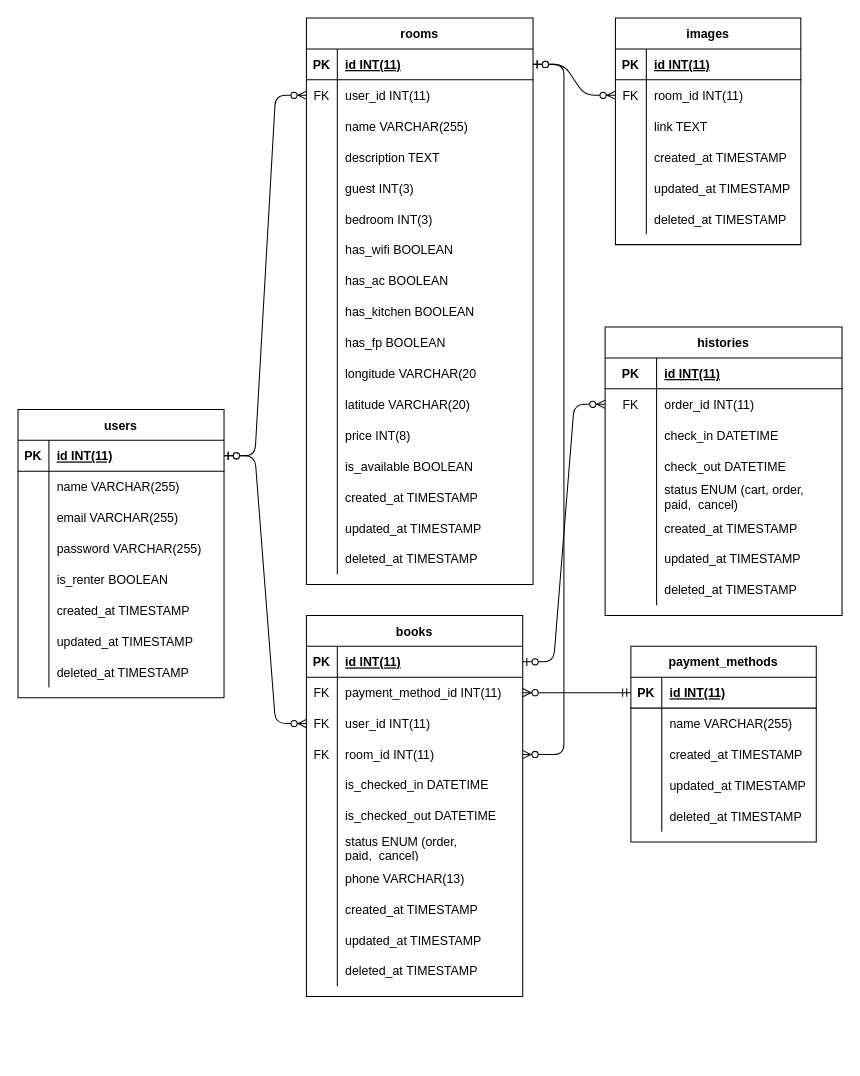
airbnb-group-2/BE keeps this draw.io diagram as ERD/erd.drawio. Above is the earlier version. Source tidied: cells renumbered, new cells numbered last; positions are measured from the earlier drawing's top-left corner, leaving out a move shared by most shapes. Both pictures are drawn from the tidied source at 103%, with x=0, y=0 at pixel (18, 18).
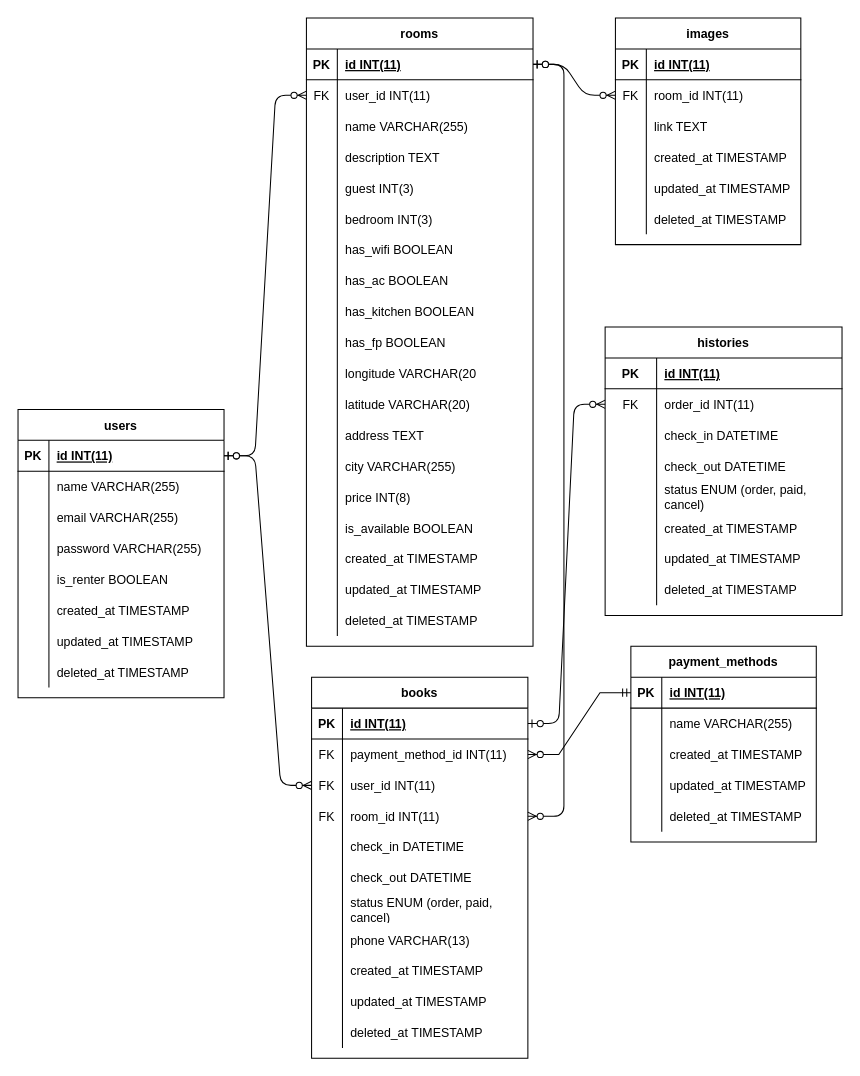
The same diagram, later.

Unchanged cells that the change refers to:
```xml
<mxCell id="108" style="shape=tableRow;horizontal=0;startSize=0;swimlaneHead=0;swimlaneBody=0;fillColor=none;top=0;left=0;right=0;bottom=0;" parent="95" vertex="1">
  <mxGeometry y="150" width="230" height="30" as="geometry" />
</mxCell>
<mxCell id="134" style="shape=tableRow;horizontal=0;startSize=0;swimlaneHead=0;swimlaneBody=0;fillColor=none;top=0;left=0;right=0;bottom=0;" parent="121" vertex="1">
  <mxGeometry y="150" width="210" height="30" as="geometry" />
</mxCell>
<mxCell id="137" style="shape=tableRow;horizontal=0;startSize=0;swimlaneHead=0;swimlaneBody=0;fillColor=none;top=0;left=0;right=0;bottom=0;" parent="121" vertex="1">
  <mxGeometry y="180" width="210" height="30" as="geometry" />
</mxCell>
<mxCell id="140" style="shape=tableRow;horizontal=0;startSize=0;swimlaneHead=0;swimlaneBody=0;fillColor=none;top=0;left=0;right=0;bottom=0;" parent="121" vertex="1">
  <mxGeometry y="210" width="210" height="30" as="geometry" />
</mxCell>
```

Change to the diagram source:
```diff
@@
     <mxCell id="27" value="rooms" style="shape=table;startSize=30;childLayout=tableLayout;rowLines=0;fontStyle=1;align=center;" parent="1" vertex="1">
-      <mxGeometry x="280" width="220" height="550" as="geometry" />
+      <mxGeometry x="280" width="220" height="610" as="geometry" />
     </mxCell>
@@
+    <mxCell id="179" style="shape=tableRow;horizontal=0;startSize=0;swimlaneHead=0;swimlaneBody=0;fillColor=none;top=0;left=0;right=0;bottom=0;" parent="27" vertex="1">
+      <mxGeometry y="390" width="220" height="30" as="geometry" />
+    </mxCell>
+    <mxCell id="180" style="shape=partialRectangle;fillColor=none;top=0;left=0;bottom=0;right=0;overflow=hidden;" parent="179" vertex="1">
+      <mxGeometry width="30" height="30" as="geometry" />
+    </mxCell>
+    <mxCell id="181" value="address TEXT" style="shape=partialRectangle;fillColor=none;top=0;left=0;bottom=0;right=0;align=left;spacingLeft=6;overflow=hidden;" parent="179" vertex="1">
+      <mxGeometry x="30" width="190" height="30" as="geometry" />
+    </mxCell>
+    <mxCell id="182" style="shape=tableRow;horizontal=0;startSize=0;swimlaneHead=0;swimlaneBody=0;fillColor=none;top=0;left=0;right=0;bottom=0;" parent="27" vertex="1">
+      <mxGeometry y="420" width="220" height="30" as="geometry" />
+    </mxCell>
+    <mxCell id="183" style="shape=partialRectangle;fillColor=none;top=0;left=0;bottom=0;right=0;overflow=hidden;" parent="182" vertex="1">
+      <mxGeometry width="30" height="30" as="geometry" />
+    </mxCell>
+    <mxCell id="184" value="city VARCHAR(255)" style="shape=partialRectangle;fillColor=none;top=0;left=0;bottom=0;right=0;align=left;spacingLeft=6;overflow=hidden;" parent="182" vertex="1">
+      <mxGeometry x="30" width="190" height="30" as="geometry" />
+    </mxCell>
     <mxCell id="64" style="shape=tableRow;horizontal=0;startSize=0;swimlaneHead=0;swimlaneBody=0;fillColor=none;top=0;left=0;right=0;bottom=0;" parent="27" vertex="1">
-      <mxGeometry y="390" width="220" height="30" as="geometry" />
+      <mxGeometry y="450" width="220" height="30" as="geometry" />
     </mxCell>
@@
     <mxCell id="67" style="shape=tableRow;horizontal=0;startSize=0;swimlaneHead=0;swimlaneBody=0;fillColor=none;top=0;left=0;right=0;bottom=0;" parent="27" vertex="1">
-      <mxGeometry y="420" width="220" height="30" as="geometry" />
+      <mxGeometry y="480" width="220" height="30" as="geometry" />
     </mxCell>
@@
     <mxCell id="70" style="shape=tableRow;horizontal=0;startSize=0;swimlaneHead=0;swimlaneBody=0;fillColor=none;top=0;left=0;right=0;bottom=0;" parent="27" vertex="1">
-      <mxGeometry y="450" width="220" height="30" as="geometry" />
+      <mxGeometry y="510" width="220" height="30" as="geometry" />
     </mxCell>
@@
     <mxCell id="73" style="shape=tableRow;horizontal=0;startSize=0;swimlaneHead=0;swimlaneBody=0;fillColor=none;top=0;left=0;right=0;bottom=0;" parent="27" vertex="1">
-      <mxGeometry y="480" width="220" height="30" as="geometry" />
+      <mxGeometry y="540" width="220" height="30" as="geometry" />
     </mxCell>
@@
     <mxCell id="76" style="shape=tableRow;horizontal=0;startSize=0;swimlaneHead=0;swimlaneBody=0;fillColor=none;top=0;left=0;right=0;bottom=0;" parent="27" vertex="1">
-      <mxGeometry y="510" width="220" height="30" as="geometry" />
+      <mxGeometry y="570" width="220" height="30" as="geometry" />
     </mxCell>
@@
-    <mxCell id="110" value="status ENUM (cart, order,&#10;paid,  cancel)" style="shape=partialRectangle;fillColor=none;top=0;left=0;bottom=0;right=0;align=left;spacingLeft=6;overflow=hidden;" parent="108" vertex="1">
+    <mxCell id="110" value="status ENUM (order, paid,&#10;cancel)" style="shape=partialRectangle;fillColor=none;top=0;left=0;bottom=0;right=0;align=left;spacingLeft=6;overflow=hidden;" parent="108" vertex="1">
       <mxGeometry x="50" width="180" height="30" as="geometry" />
     </mxCell>
@@
     <mxCell id="121" value="books" style="shape=table;startSize=30;childLayout=tableLayout;rowLines=0;fontStyle=1;align=center;" parent="1" vertex="1">
-      <mxGeometry x="280" y="580" width="210" height="370" as="geometry" />
+      <mxGeometry x="285" y="640" width="210" height="370" as="geometry" />
     </mxCell>
@@
-    <mxCell id="136" value="is_checked_in DATETIME" style="shape=partialRectangle;fillColor=none;top=0;left=0;bottom=0;right=0;align=left;spacingLeft=6;overflow=hidden;whiteSpace=wrap;" parent="134" vertex="1">
+    <mxCell id="136" value="check_in DATETIME" style="shape=partialRectangle;fillColor=none;top=0;left=0;bottom=0;right=0;align=left;spacingLeft=6;overflow=hidden;whiteSpace=wrap;" parent="134" vertex="1">
       <mxGeometry x="30" width="180" height="30" as="geometry" />
     </mxCell>
@@
-    <mxCell id="139" value="is_checked_out DATETIME" style="shape=partialRectangle;fillColor=none;top=0;left=0;bottom=0;right=0;align=left;spacingLeft=6;overflow=hidden;whiteSpace=wrap;" parent="137" vertex="1">
+    <mxCell id="139" value="check_out DATETIME" style="shape=partialRectangle;fillColor=none;top=0;left=0;bottom=0;right=0;align=left;spacingLeft=6;overflow=hidden;whiteSpace=wrap;" parent="137" vertex="1">
       <mxGeometry x="30" width="180" height="30" as="geometry" />
     </mxCell>
@@
-    <mxCell id="142" value="status ENUM (order,&#10;paid,  cancel)" style="shape=partialRectangle;fillColor=none;top=0;left=0;bottom=0;right=0;align=left;spacingLeft=6;overflow=hidden;whiteSpace=wrap;" parent="140" vertex="1">
+    <mxCell id="142" value="status ENUM (order, paid,  cancel)" style="shape=partialRectangle;fillColor=none;top=0;left=0;bottom=0;right=0;align=left;spacingLeft=6;overflow=hidden;whiteSpace=wrap;" parent="140" vertex="1">
       <mxGeometry x="30" width="180" height="30" as="geometry" />
     </mxCell>
```
